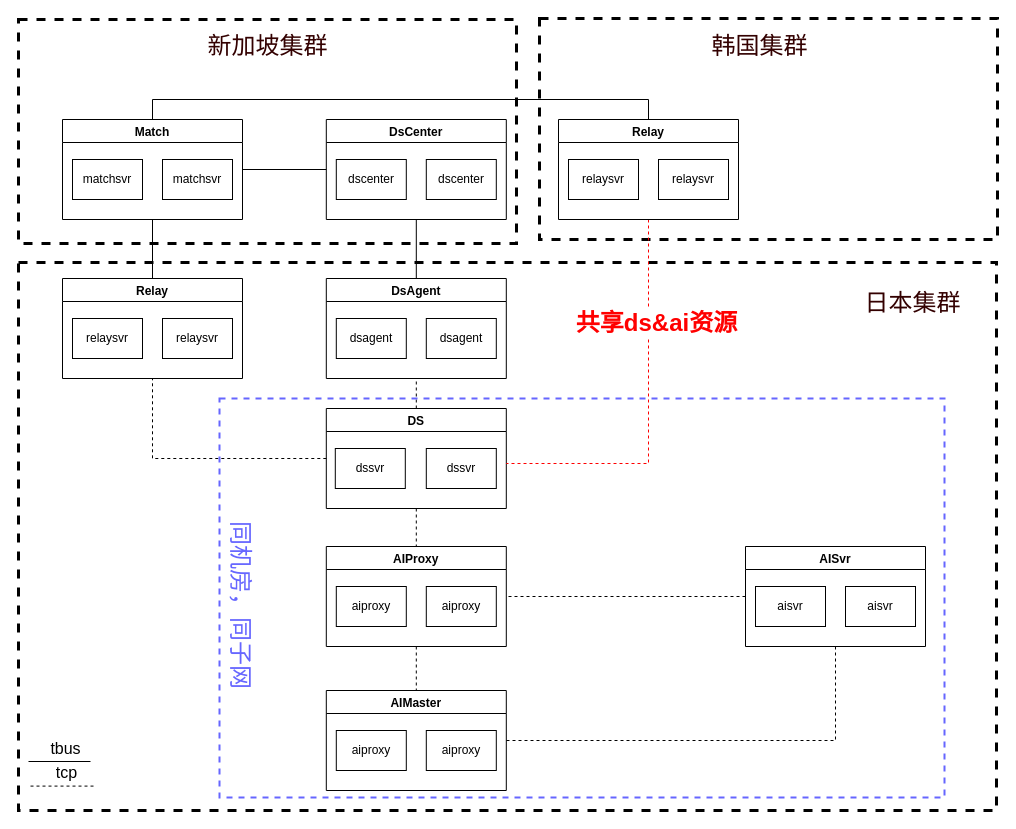
Before: page "NISHIKI AI架构2022" (4 of 20) of NISHIKI架构.drawio in Memoryss/NISHIKI, a draw.io diagram. Source tidied: cells renumbered, new cells numbered last; positions are measured from the earlier drawing's top-left corner, leaving out a move shared by most shapes. Both pictures are drawn from the tidied source at 100%, with x=0, y=0 at pixel (18, 18).
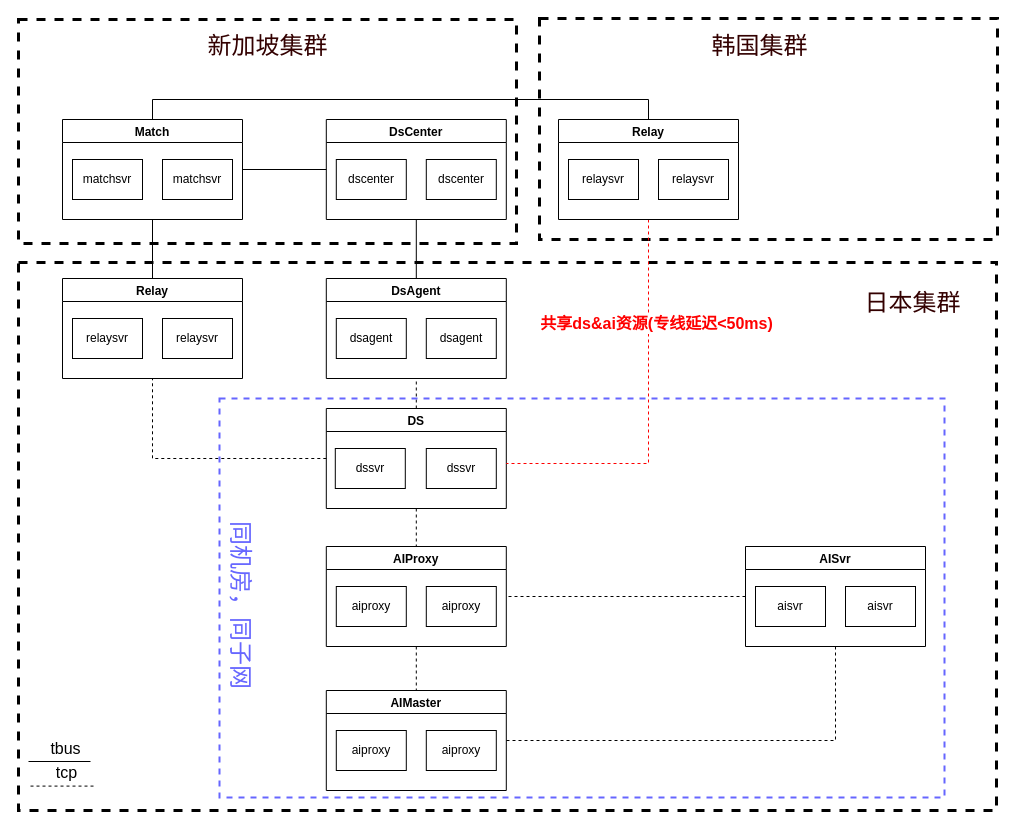
The same page after the edit.

Change to the diagram source:
```diff
@@
-    <mxCell id="46" value="&lt;font&gt;&lt;span style=&quot;font-size: 24px;&quot;&gt;&lt;b&gt;共享ds&amp;amp;ai资源&lt;/b&gt;&lt;/span&gt;&lt;/font&gt;" style="text;html=1;align=center;verticalAlign=middle;strokeColor=none;fillColor=none;fontSize=18;fontColor=#FF0000;labelBackgroundColor=default;" parent="1" vertex="1">
-      <mxGeometry x="548" y="284" width="179" height="41" as="geometry" />
+    <mxCell id="46" value="&lt;font size=&quot;1&quot;&gt;&lt;b style=&quot;font-size: 16px;&quot;&gt;共享ds&amp;amp;ai资源(专线延迟&amp;lt;50ms)&lt;/b&gt;&lt;/font&gt;" style="text;html=1;align=center;verticalAlign=middle;strokeColor=none;fillColor=none;fontSize=18;fontColor=#FF0000;labelBackgroundColor=default;" parent="1" vertex="1">
+      <mxGeometry x="512" y="288" width="251" height="34" as="geometry" />
     </mxCell>
```
